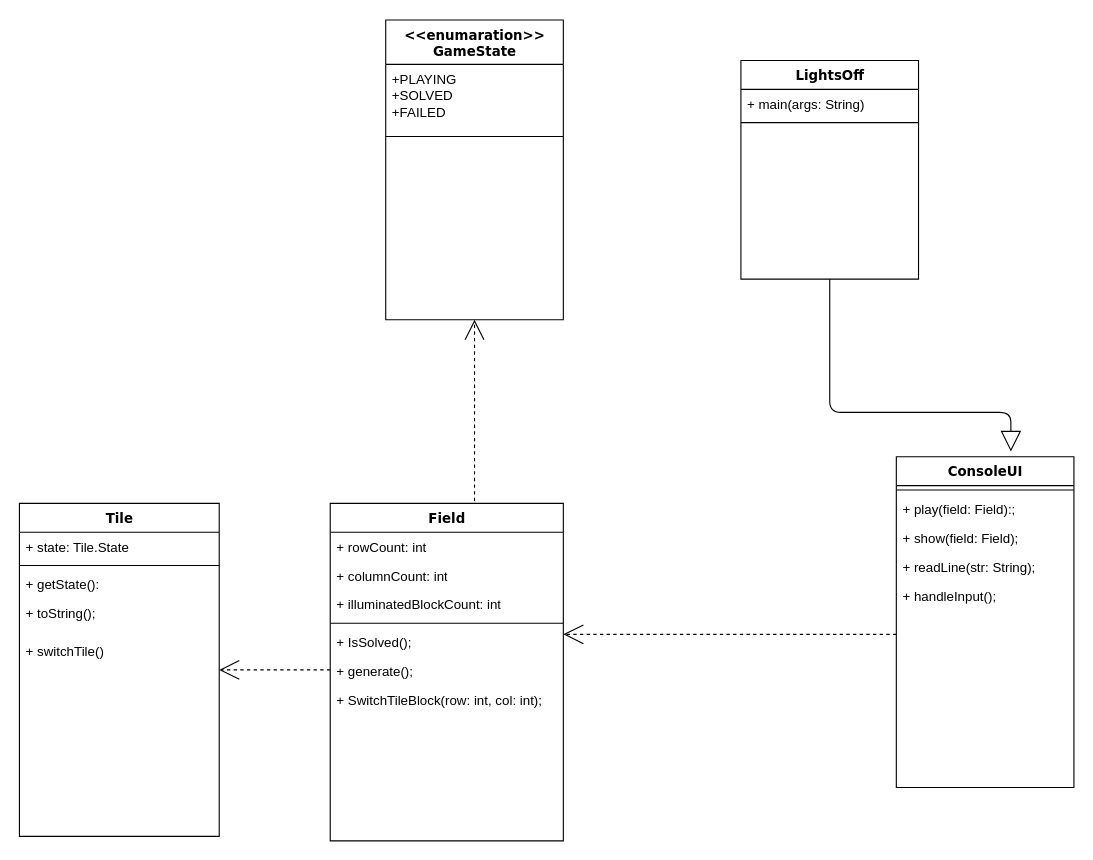
This is design/lights_off_diagram.drawio from SURTBLAZE/lights_off, a draw.io file, before an edit. Source tidied: cells renumbered, new cells numbered last; positions are measured from the earlier drawing's top-left corner, leaving out a move shared by most shapes. Both pictures are drawn from the tidied source at 111%, with x=0, y=0 at pixel (19, 19).
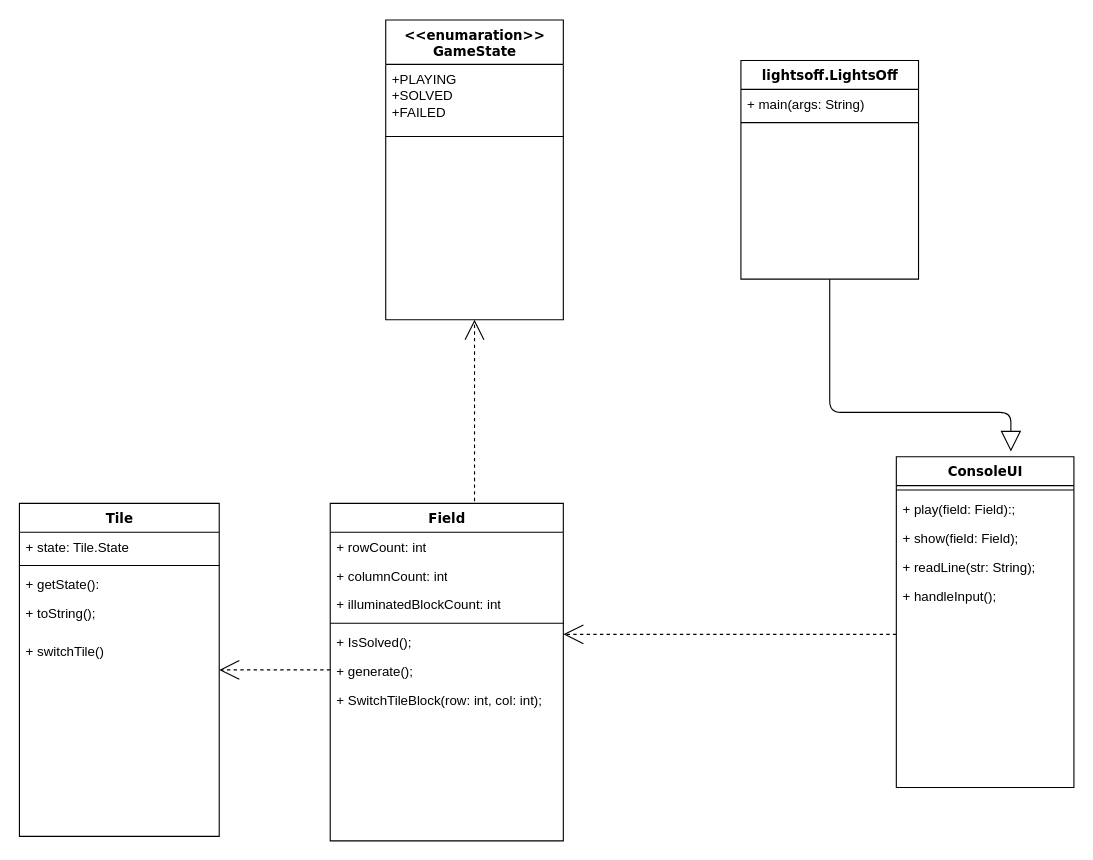
The same diagram, later.

The edit, as a diff of the source:
```diff
@@
-    <mxCell id="6" value="LightsOff" style="swimlane;html=1;fontStyle=1;align=center;verticalAlign=top;horizontal=1;startSize=26;swimlaneFillColor=#ffffff;rounded=0;shadow=0;comic=0;labelBackgroundColor=none;strokeWidth=1;fillColor=none;fontFamily=Verdana;fontSize=12;" parent="1" vertex="1">
+    <mxCell id="6" value="lightsoff.LightsOff" style="swimlane;html=1;fontStyle=1;align=center;verticalAlign=top;horizontal=1;startSize=26;swimlaneFillColor=#ffffff;rounded=0;shadow=0;comic=0;labelBackgroundColor=none;strokeWidth=1;fillColor=none;fontFamily=Verdana;fontSize=12;" parent="1" vertex="1">
       <mxGeometry x="650" y="37" width="160" height="197" as="geometry" />
     </mxCell>
```
